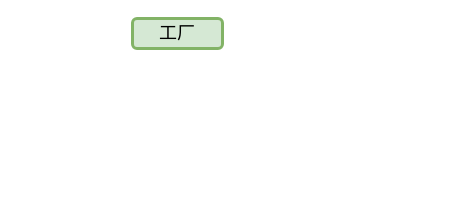
WilliamHeaven/Blog keeps this draw.io diagram as spring.drawio. Above is the earlier version. Source tidied: cells renumbered, new cells numbered last; positions are measured from the earlier drawing's top-left corner, leaving out a move shared by most shapes. Both pictures are drawn from the tidied source at 100%, with x=0, y=0 at pixel (132, 18).
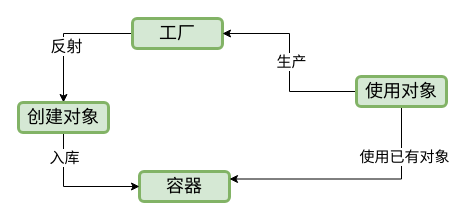
The same page after the edit.

Diff of the diagram source:
```diff
@@
 <mxGraphModel>
   <root>
     <mxCell id="0" />
     <mxCell id="1" parent="0" />
+    <mxCell id="3" style="edgeStyle=orthogonalEdgeStyle;rounded=0;jettySize=auto;html=1;entryX=0.5;entryY=0;entryDx=0;entryDy=0;" parent="1" edge="1" source="2" target="8">
+      <mxGeometry relative="1" as="geometry" />
+    </mxCell>
+    <mxCell id="4" value="&lt;font style=&quot;font-size: 16px;&quot;&gt;反射&lt;/font&gt;" style="edgeLabel;html=1;align=center;verticalAlign=middle;" parent="3" vertex="1">
+      <mxGeometry x="0.17" y="2" relative="1" as="geometry" />
+    </mxCell>
     <mxCell id="2" value="&lt;font style=&quot;font-size: 18px;&quot;&gt;工厂&lt;/font&gt;" style="rounded=1;whiteSpace=wrap;html=1;strokeColor=#82b366;strokeWidth=3;fillColor=#d5e8d4;" parent="1" vertex="1">
       <mxGeometry width="90" height="30" as="geometry" />
     </mxCell>
+    <mxCell id="5" value="&lt;font style=&quot;font-size: 18px;&quot;&gt;容器&lt;/font&gt;" style="rounded=1;whiteSpace=wrap;html=1;strokeColor=#82b366;strokeWidth=3;fillColor=#d5e8d4;" parent="1" vertex="1">
+      <mxGeometry x="7" y="153" width="90" height="30" as="geometry" />
+    </mxCell>
+    <mxCell id="6" style="edgeStyle=orthogonalEdgeStyle;rounded=0;jettySize=auto;html=1;entryX=0;entryY=0.5;entryDx=0;entryDy=0;exitX=0.5;exitY=1;exitDx=0;exitDy=0;" parent="1" edge="1" source="8" target="5">
+      <mxGeometry relative="1" as="geometry" />
+    </mxCell>
+    <mxCell id="7" value="&lt;font style=&quot;font-size: 15px;&quot;&gt;入库&lt;/font&gt;" style="edgeLabel;html=1;align=center;verticalAlign=middle;" parent="6" vertex="1">
+      <mxGeometry x="-0.63" relative="1" as="geometry" />
+    </mxCell>
+    <mxCell id="8" value="&lt;span style=&quot;font-size: 18px;&quot;&gt;创建对象&lt;/span&gt;" style="rounded=1;whiteSpace=wrap;html=1;strokeColor=#82b366;strokeWidth=3;fillColor=#d5e8d4;" parent="1" vertex="1">
+      <mxGeometry x="-114" y="84" width="90" height="30" as="geometry" />
+    </mxCell>
+    <mxCell id="9" style="edgeStyle=orthogonalEdgeStyle;rounded=0;jettySize=auto;html=1;entryX=1;entryY=0.5;entryDx=0;entryDy=0;" parent="1" edge="1" source="13" target="2">
+      <mxGeometry relative="1" as="geometry" />
+    </mxCell>
+    <mxCell id="10" value="&lt;font style=&quot;font-size: 15px;&quot;&gt;生产&lt;/font&gt;" style="edgeLabel;html=1;align=center;verticalAlign=middle;" parent="9" vertex="1">
+      <mxGeometry x="0.02" y="-1" relative="1" as="geometry" />
+    </mxCell>
+    <mxCell id="11" style="edgeStyle=orthogonalEdgeStyle;rounded=0;jettySize=auto;html=1;entryX=1;entryY=0.25;entryDx=0;entryDy=0;exitX=0.5;exitY=1;exitDx=0;exitDy=0;" parent="1" edge="1" source="13" target="5">
+      <mxGeometry relative="1" as="geometry" />
+    </mxCell>
+    <mxCell id="12" value="&lt;font style=&quot;font-size: 15px;&quot;&gt;使用已有对象&lt;/font&gt;" style="edgeLabel;html=1;align=center;verticalAlign=middle;" parent="11" vertex="1">
+      <mxGeometry x="-0.6" y="2" relative="1" as="geometry" />
+    </mxCell>
+    <mxCell id="13" value="&lt;span style=&quot;font-size: 18px;&quot;&gt;使用对象&lt;/span&gt;" style="rounded=1;whiteSpace=wrap;html=1;strokeColor=#82b366;strokeWidth=3;fillColor=#d5e8d4;" parent="1" vertex="1">
+      <mxGeometry x="224" y="58" width="90" height="30" as="geometry" />
+    </mxCell>
   </root>
 </mxGraphModel>
```
